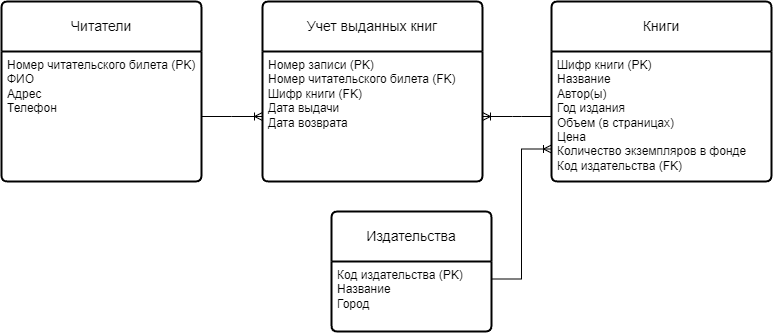
The draw.io diagram Схема БД.png in MOMIV/DE_T2.1, before a commit. Source tidied: cells renumbered, new cells last; positions are measured from the earlier drawing's top-left corner, leaving out a move shared by most shapes.
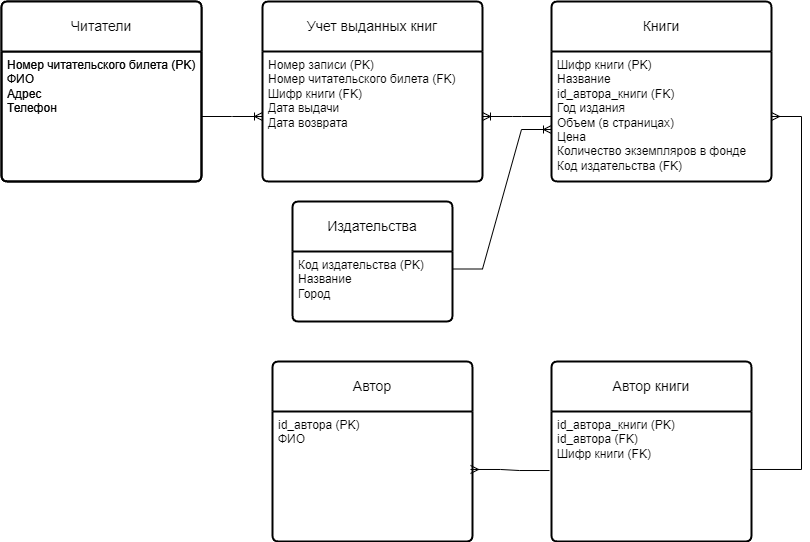
After the change.

Diff of the diagram source:
```diff
@@ -11,7 +11,7 @@
     <mxCell id="4" value="Книги" style="swimlane;horizontal=1;startSize=50;rounded=1;fontSize=14;fontStyle=0;strokeWidth=2;shadow=0;dashed=0;align=center;arcSize=4;whiteSpace=wrap;html=1;" parent="1" vertex="1">
       <mxGeometry x="550" width="220" height="180" as="geometry" />
     </mxCell>
-    <mxCell id="5" value="Шифр книги (PK)&lt;br&gt;Название&amp;nbsp;&lt;br&gt;Автор(ы)&lt;br&gt;Год издания&lt;br&gt;Объем (в страницах)&lt;br&gt;Цена&lt;br&gt;Количество экземпляров в фонде&lt;br&gt;Код издательства (FK)" style="align=left;strokeColor=none;fillColor=none;spacingLeft=4;fontSize=12;verticalAlign=top;html=1;" parent="4" vertex="1">
+    <mxCell id="5" value="Шифр книги (PK)&lt;br&gt;Название&amp;nbsp;&lt;br&gt;id_автора_книги (FK)&lt;br&gt;Год издания&lt;br&gt;Объем (в страницах)&lt;br&gt;Цена&lt;br&gt;Количество экземпляров в фонде&lt;br&gt;Код издательства (FK)" style="align=left;strokeColor=none;fillColor=none;spacingLeft=4;fontSize=12;verticalAlign=top;html=1;" parent="4" vertex="1">
       <mxGeometry y="50" width="220" height="130" as="geometry" />
     </mxCell>
     <mxCell id="6" value="Читатели" style="swimlane;horizontal=1;startSize=50;rounded=1;fontSize=14;fontStyle=0;strokeWidth=2;shadow=0;dashed=0;align=center;arcSize=4;whiteSpace=wrap;html=1;" parent="1" vertex="1">
@@ -21,7 +21,7 @@
       <mxGeometry y="50" width="200" height="130" as="geometry" />
     </mxCell>
     <mxCell id="8" value="Издательства" style="swimlane;horizontal=1;startSize=50;rounded=1;fontSize=14;fontStyle=0;strokeWidth=2;shadow=0;dashed=0;align=center;arcSize=4;whiteSpace=wrap;html=1;" parent="1" vertex="1">
-      <mxGeometry x="330" y="210" width="160" height="120" as="geometry" />
+      <mxGeometry x="291" y="200" width="160" height="120" as="geometry" />
     </mxCell>
     <mxCell id="9" value="Код издательства (PK)&lt;br&gt;Название&amp;nbsp;&lt;br&gt;Город" style="align=left;strokeColor=none;fillColor=none;spacingLeft=4;fontSize=12;verticalAlign=top;html=1;" parent="8" vertex="1">
       <mxGeometry y="50" width="160" height="70" as="geometry" />
@@ -38,16 +38,50 @@
     <mxCell id="13" style="edgeStyle=entityRelationEdgeStyle;fontSize=12;html=1;endArrow=ERoneToMany;rounded=0;entryX=0;entryY=0.5;entryDx=0;entryDy=0;" parent="1" edge="1" source="7" target="11">
       <mxGeometry relative="1" as="geometry" />
     </mxCell>
-    <mxCell id="14" style="edgeStyle=entityRelationEdgeStyle;fontSize=12;html=1;endArrow=ERoneToMany;rounded=0;exitX=1;exitY=0.25;exitDx=0;exitDy=0;entryX=0;entryY=0.75;entryDx=0;entryDy=0;" parent="1" edge="1" source="9" target="5">
+    <mxCell id="14" style="edgeStyle=entityRelationEdgeStyle;fontSize=12;html=1;endArrow=ERoneToMany;rounded=0;exitX=1;exitY=0.25;exitDx=0;exitDy=0;entryX=0;entryY=0.6;entryDx=0;entryDy=0;entryPerimeter=0;" parent="1" edge="1" source="9" target="5">
       <mxGeometry relative="1" as="geometry">
         <Array as="points">
           <mxPoint x="510" y="290" />
           <mxPoint x="510" y="270" />
+          <mxPoint x="530" y="120" />
           <mxPoint x="540" y="310" />
           <mxPoint x="540" y="270" />
           <mxPoint x="520" y="330" />
         </Array>
       </mxGeometry>
     </mxCell>
+    <mxCell id="15" value="Читатели" style="swimlane;horizontal=1;startSize=50;rounded=1;fontSize=14;fontStyle=0;strokeWidth=2;shadow=0;dashed=0;align=center;arcSize=4;whiteSpace=wrap;html=1;" parent="1" vertex="1">
+      <mxGeometry width="200" height="180" as="geometry" />
+    </mxCell>
+    <mxCell id="16" value="Номер читательского билета (PK)&lt;br&gt;ФИО&amp;nbsp;&lt;br&gt;Адрес&lt;br&gt;Телефон" style="align=left;strokeColor=none;fillColor=none;spacingLeft=4;fontSize=12;verticalAlign=top;html=1;" parent="15" vertex="1">
+      <mxGeometry y="50" width="200" height="130" as="geometry" />
+    </mxCell>
+    <mxCell id="17" value="Автор" style="swimlane;horizontal=1;startSize=50;rounded=1;fontSize=14;fontStyle=0;strokeWidth=2;shadow=0;dashed=0;align=center;arcSize=4;whiteSpace=wrap;html=1;" parent="1" vertex="1">
+      <mxGeometry x="271" y="360" width="200" height="180" as="geometry" />
+    </mxCell>
+    <mxCell id="18" value="id_автора (PK)&lt;br&gt;ФИО&amp;nbsp;&lt;br&gt;&lt;br&gt;" style="align=left;strokeColor=none;fillColor=none;spacingLeft=4;fontSize=12;verticalAlign=top;html=1;" parent="17" vertex="1">
+      <mxGeometry y="50" width="200" height="130" as="geometry" />
+    </mxCell>
+    <mxCell id="19" value="Автор книги" style="swimlane;horizontal=1;startSize=50;rounded=1;fontSize=14;fontStyle=0;strokeWidth=2;shadow=0;dashed=0;align=center;arcSize=4;whiteSpace=wrap;html=1;" parent="1" vertex="1">
+      <mxGeometry x="550" y="360" width="200" height="180" as="geometry" />
+    </mxCell>
+    <mxCell id="20" value="id_автора_книги (PK)&lt;br&gt;id_автора (FK)&lt;br&gt;Шифр книги (FK)" style="align=left;strokeColor=none;fillColor=none;spacingLeft=4;fontSize=12;verticalAlign=top;html=1;" parent="19" vertex="1">
+      <mxGeometry y="50" width="200" height="130" as="geometry" />
+    </mxCell>
+    <mxCell id="21" style="edgeStyle=entityRelationEdgeStyle;fontSize=12;html=1;endArrow=ERmany;rounded=0;exitX=-0.01;exitY=0.454;exitDx=0;exitDy=0;entryX=0.99;entryY=0.446;entryDx=0;entryDy=0;exitPerimeter=0;entryPerimeter=0;" parent="1" edge="1" source="20" target="18">
+      <mxGeometry relative="1" as="geometry" />
+    </mxCell>
+    <mxCell id="22" style="edgeStyle=entityRelationEdgeStyle;fontSize=12;html=1;endArrow=ERmany;rounded=0;exitX=0.995;exitY=0.446;exitDx=0;exitDy=0;exitPerimeter=0;" parent="1" edge="1" source="20" target="5">
+      <mxGeometry relative="1" as="geometry">
+        <Array as="points">
+          <mxPoint x="530" y="230" />
+          <mxPoint x="480" y="410" />
+          <mxPoint x="550" y="440" />
+          <mxPoint x="500" y="380" />
+          <mxPoint x="550" y="340" />
+          <mxPoint x="530" y="230" />
+        </Array>
+      </mxGeometry>
+    </mxCell>
   </root>
 </mxGraphModel>
```
